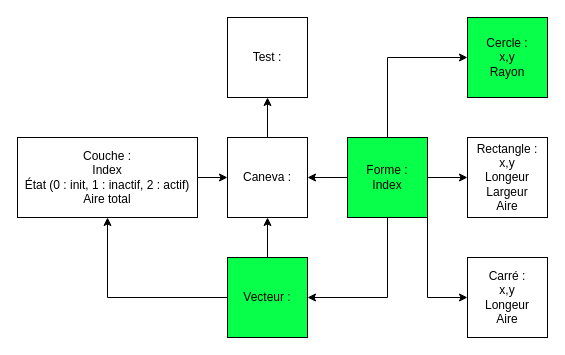
This is APP1.drawio from A-Letourneau/APP1-GRAPHICUS, a draw.io file, before an edit. Source tidied: cells renumbered, new cells numbered last; positions are measured from the earlier drawing's top-left corner, leaving out a move shared by most shapes. Both pictures are drawn from the tidied source at 100%, with x=0, y=0 at pixel (17, 17).
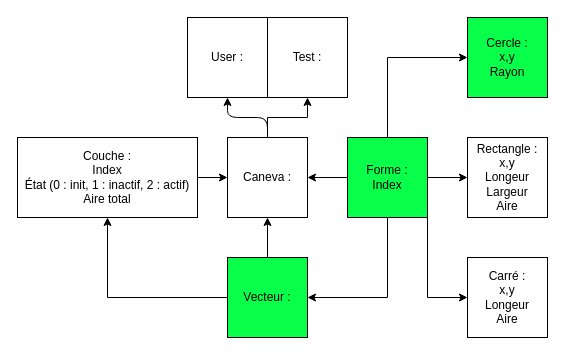
Above is the later version.

The change refers to these unchanged cells:
```xml
<mxCell id="9" value="Caneva :" style="rounded=0;whiteSpace=wrap;html=1;" parent="1" vertex="1">
  <mxGeometry x="210" y="120" width="80" height="80" as="geometry" />
</mxCell>
```

Diff of the diagram source:
```diff
@@
+    <mxCell id="19" style="edgeStyle=orthogonalEdgeStyle;html=1;entryX=0.5;entryY=1;entryDx=0;entryDy=0;" parent="1" edge="1" source="9" target="20">
+      <mxGeometry relative="1" as="geometry" />
+    </mxCell>
@@
     <mxCell id="10" value="Test :" style="rounded=0;whiteSpace=wrap;html=1;" parent="1" vertex="1">
-      <mxGeometry x="210" width="80" height="80" as="geometry" />
+      <mxGeometry x="250" width="80" height="80" as="geometry" />
     </mxCell>
@@
+    <mxCell id="20" value="User :" style="rounded=0;whiteSpace=wrap;html=1;" parent="1" vertex="1">
+      <mxGeometry x="170" width="80" height="80" as="geometry" />
+    </mxCell>
```
